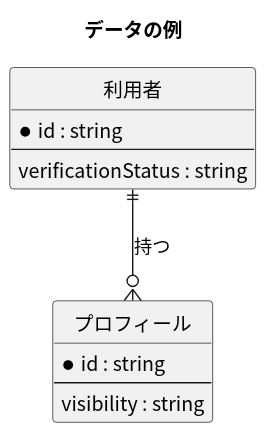
Before: docs/examples/データ.svg, a diagram exported from PlantUML (masamasamasato/design-doc-template). Its source is kept beside it as docs/examples/データ.puml.
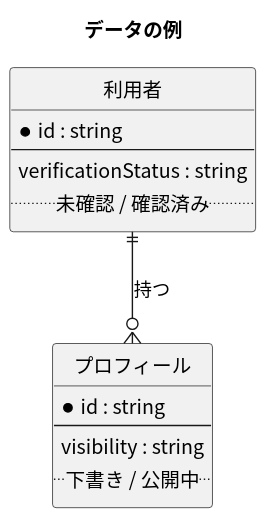
Later version of the same file.

Change to the diagram source:
```diff
@@ -10,11 +10,13 @@
   * id : string
   --
   verificationStatus : string
+  .. 未確認 / 確認済み ..
 }
 entity "プロフィール" as PROFILE {
   * id : string
   --
   visibility : string
+  .. 下書き / 公開中 ..
 }
 USER ||--o{ PROFILE : 持つ
 @enduml
```
